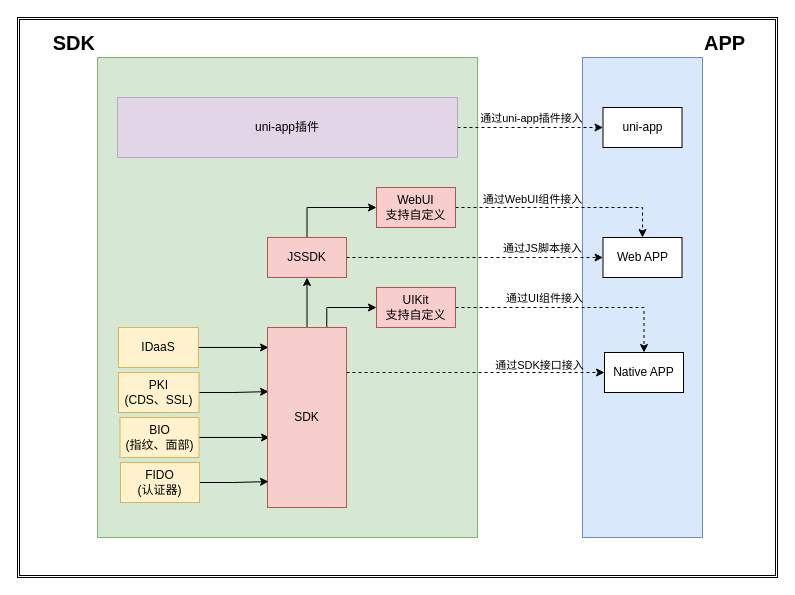
Earlier version of the draw.io diagram 认证SDK结构图.drawio (mobof/Koal). Source tidied: cells renumbered, new cells numbered last; positions are measured from the earlier drawing's top-left corner, leaving out a move shared by most shapes. Both pictures are drawn from the tidied source at 100%, with x=0, y=0 at pixel (17, 17).
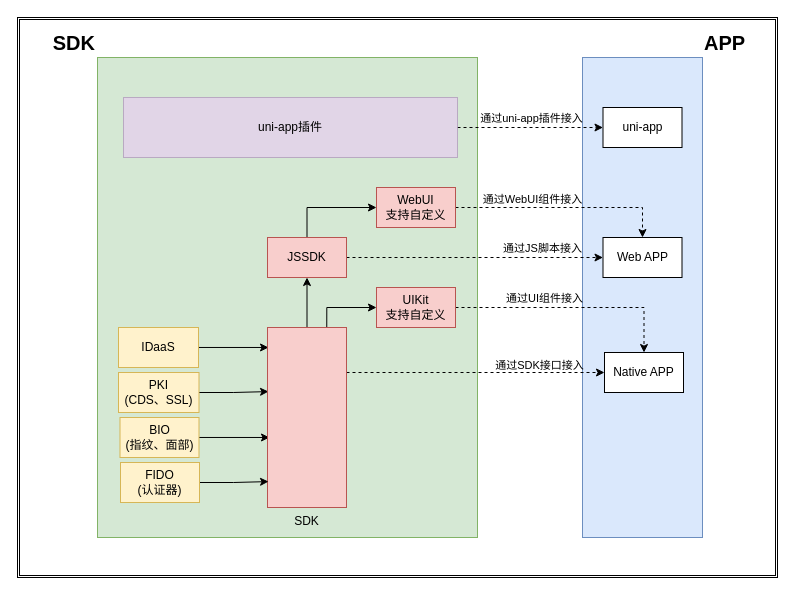
Above is the later version.

Commit message:
Update 认证SDK结构图.drawio

What changed in the source:
```diff
@@
-    <mxCell id="15" value="SDK" style="rounded=0;whiteSpace=wrap;html=1;fillColor=#f8cecc;strokeColor=#b85450;" parent="1" vertex="1">
+    <mxCell id="15" value="SDK" style="rounded=0;whiteSpace=wrap;html=1;fillColor=#f8cecc;strokeColor=#b85450;labelPosition=center;verticalLabelPosition=bottom;align=center;verticalAlign=top;" parent="1" vertex="1">
       <mxGeometry x="250" y="310" width="79" height="180" as="geometry" />
     </mxCell>
@@
     <mxCell id="33" value="uni-app插件" style="rounded=0;whiteSpace=wrap;html=1;dashed=1;dashPattern=1 1;fillColor=#e1d5e7;strokeColor=#9673a6;" parent="1" vertex="1">
-      <mxGeometry x="100" y="80" width="340" height="60" as="geometry" />
+      <mxGeometry x="106" y="80" width="334" height="60" as="geometry" />
     </mxCell>
```
